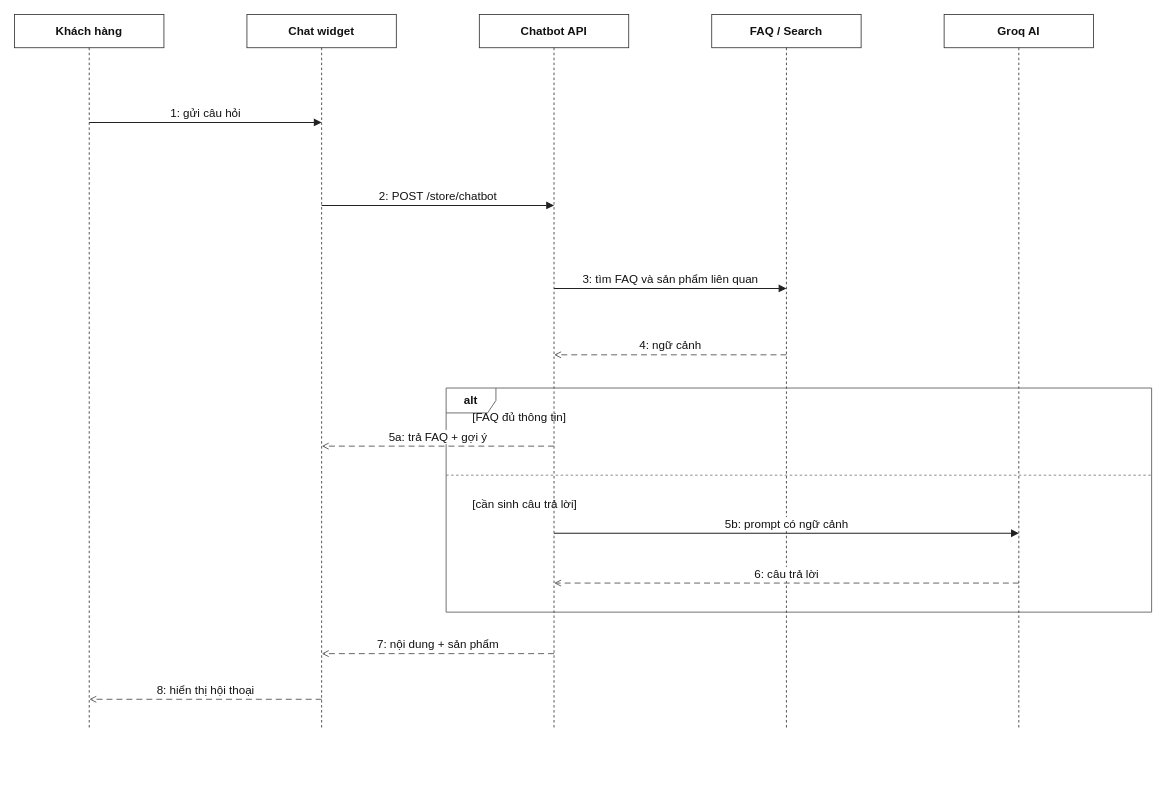
Before: docs/report/diagrams/chatbot-sequence.drawio in pathust/mong.fruitboxz, a draw.io diagram. Source tidied: cells renumbered, new cells numbered last; positions are measured from the earlier drawing's top-left corner, leaving out a move shared by most shapes. Both pictures are drawn from the tidied source at 83%, with x=0, y=0 at pixel (14, 14).
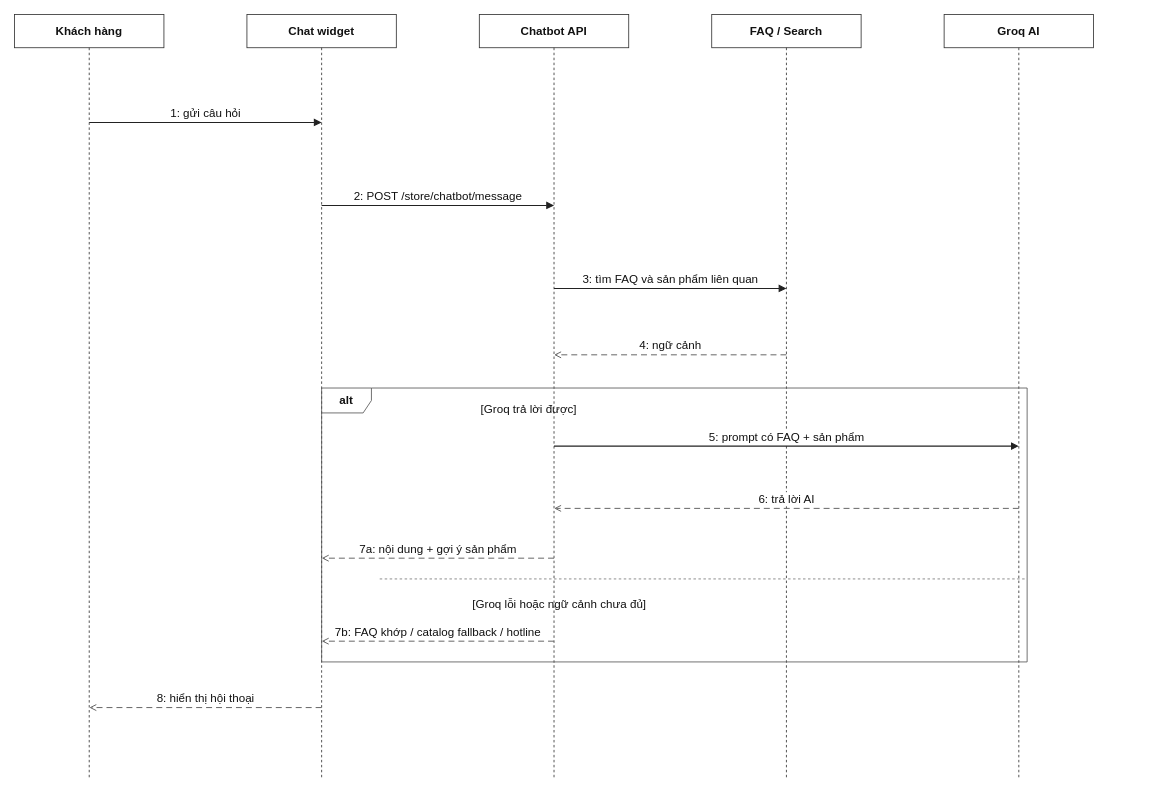
The same page after the edit.

Change to the diagram source:
```diff
@@
     <mxCell id="2" value="Khách hàng" style="shape=umlLifeline;perimeter=lifelinePerimeter;whiteSpace=wrap;html=1;fillColor=#FFFFFF;strokeColor=#333333;fontStyle=1;fontFamily=Arial;fontSize=14;fontColor=#111111;" parent="1" vertex="1">
-      <mxGeometry width="180" height="860" as="geometry" />
+      <mxGeometry width="180" height="920" as="geometry" />
     </mxCell>
     <mxCell id="3" value="Chat widget" style="shape=umlLifeline;perimeter=lifelinePerimeter;whiteSpace=wrap;html=1;fillColor=#FFFFFF;strokeColor=#333333;fontStyle=1;fontFamily=Arial;fontSize=14;fontColor=#111111;" parent="1" vertex="1">
-      <mxGeometry x="280" width="180" height="860" as="geometry" />
+      <mxGeometry x="280" width="180" height="920" as="geometry" />
     </mxCell>
     <mxCell id="4" value="Chatbot API" style="shape=umlLifeline;perimeter=lifelinePerimeter;whiteSpace=wrap;html=1;fillColor=#FFFFFF;strokeColor=#333333;fontStyle=1;fontFamily=Arial;fontSize=14;fontColor=#111111;" parent="1" vertex="1">
-      <mxGeometry x="560" width="180" height="860" as="geometry" />
+      <mxGeometry x="560" width="180" height="920" as="geometry" />
     </mxCell>
     <mxCell id="5" value="FAQ / Search" style="shape=umlLifeline;perimeter=lifelinePerimeter;whiteSpace=wrap;html=1;fillColor=#FFFFFF;strokeColor=#333333;fontStyle=1;fontFamily=Arial;fontSize=14;fontColor=#111111;" parent="1" vertex="1">
-      <mxGeometry x="840" width="180" height="860" as="geometry" />
+      <mxGeometry x="840" width="180" height="920" as="geometry" />
     </mxCell>
     <mxCell id="6" value="Groq AI" style="shape=umlLifeline;perimeter=lifelinePerimeter;whiteSpace=wrap;html=1;fillColor=#FFFFFF;strokeColor=#333333;fontStyle=1;fontFamily=Arial;fontSize=14;fontColor=#111111;" parent="1" vertex="1">
-      <mxGeometry x="1120" width="180" height="860" as="geometry" />
+      <mxGeometry x="1120" width="180" height="920" as="geometry" />
     </mxCell>
@@
-    <mxCell id="8" value="2: POST /store/chatbot" style="html=1;verticalAlign=bottom;endArrow=block;endFill=1;strokeColor=#222222;strokeWidth=1.3;fontFamily=Arial;fontSize=14;fontColor=#111111;" parent="1" edge="1">
+    <mxCell id="8" value="2: POST /store/chatbot/message" style="html=1;verticalAlign=bottom;endArrow=block;endFill=1;strokeColor=#222222;strokeWidth=1.3;fontFamily=Arial;fontSize=14;fontColor=#111111;" parent="1" edge="1">
       <mxGeometry relative="1" as="geometry">
         <mxPoint x="370" y="230" as="sourcePoint" />
         <mxPoint x="650" y="230" as="targetPoint" />
       </mxGeometry>
     </mxCell>
@@
     <mxCell id="11" value="alt" style="shape=umlFrame;whiteSpace=wrap;html=1;fillColor=none;strokeColor=#555555;fontStyle=1;fontFamily=Arial;fontSize=14;fontColor=#111111;" parent="1" vertex="1">
-      <mxGeometry x="520" y="450" width="850" height="270" as="geometry" />
+      <mxGeometry x="370" y="450" width="850" height="330" as="geometry" />
     </mxCell>
-    <mxCell id="12" value="[FAQ đủ thông tin]" style="text;html=1;align=left;verticalAlign=middle;fontFamily=Arial;fontSize=14;fontColor=#111111;" parent="1" vertex="1">
-      <mxGeometry x="550" y="470" width="200" height="30" as="geometry" />
+    <mxCell id="12" value="[Groq trả lời được]" style="text;html=1;align=left;verticalAlign=middle;fontFamily=Arial;fontSize=14;fontColor=#111111;" parent="1" vertex="1">
+      <mxGeometry x="560" y="460" width="230" height="30" as="geometry" />
     </mxCell>
-    <mxCell id="13" value="[cần sinh câu trả lời]" style="text;html=1;align=left;verticalAlign=middle;fontFamily=Arial;fontSize=14;fontColor=#111111;" parent="1" vertex="1">
-      <mxGeometry x="550" y="575" width="220" height="30" as="geometry" />
+    <mxCell id="13" value="[Groq lỗi hoặc ngữ cảnh chưa đủ]" style="text;html=1;align=left;verticalAlign=middle;fontFamily=Arial;fontSize=14;fontColor=#111111;" parent="1" vertex="1">
+      <mxGeometry x="550" y="695" width="320" height="30" as="geometry" />
     </mxCell>
     <mxCell id="14" style="endArrow=none;dashed=1;strokeColor=#777777;" parent="1" edge="1">
       <mxGeometry relative="1" as="geometry">
-        <mxPoint x="520" y="555" as="sourcePoint" />
-        <mxPoint x="1370" y="555" as="targetPoint" />
+        <mxPoint x="440" y="680" as="sourcePoint" />
+        <mxPoint x="1220" y="680" as="targetPoint" />
       </mxGeometry>
     </mxCell>
-    <mxCell id="15" value="5a: trả FAQ + gợi ý" style="html=1;verticalAlign=bottom;endArrow=open;endFill=0;dashed=1;dashPattern=6 4;strokeColor=#666666;strokeWidth=1.2;fontFamily=Arial;fontSize=14;fontColor=#111111;" parent="1" edge="1">
+    <mxCell id="15" value="7a: nội dung + gợi ý sản phẩm" style="html=1;verticalAlign=bottom;endArrow=open;endFill=0;dashed=1;dashPattern=6 4;strokeColor=#666666;strokeWidth=1.2;fontFamily=Arial;fontSize=14;fontColor=#111111;" parent="1" edge="1">
       <mxGeometry relative="1" as="geometry">
-        <mxPoint x="650" y="520" as="sourcePoint" />
-        <mxPoint x="370" y="520" as="targetPoint" />
+        <mxPoint x="650" y="655" as="sourcePoint" />
+        <mxPoint x="370" y="655" as="targetPoint" />
       </mxGeometry>
     </mxCell>
-    <mxCell id="16" value="5b: prompt có ngữ cảnh" style="html=1;verticalAlign=bottom;endArrow=block;endFill=1;strokeColor=#222222;strokeWidth=1.3;fontFamily=Arial;fontSize=14;fontColor=#111111;" parent="1" edge="1">
+    <mxCell id="16" value="5: prompt có FAQ + sản phẩm" style="html=1;verticalAlign=bottom;endArrow=block;endFill=1;strokeColor=#222222;strokeWidth=1.3;fontFamily=Arial;fontSize=14;fontColor=#111111;" parent="1" edge="1">
       <mxGeometry relative="1" as="geometry">
-        <mxPoint x="650" y="625" as="sourcePoint" />
-        <mxPoint x="1210" y="625" as="targetPoint" />
+        <mxPoint x="650" y="520" as="sourcePoint" />
+        <mxPoint x="1210" y="520" as="targetPoint" />
       </mxGeometry>
     </mxCell>
-    <mxCell id="17" value="6: câu trả lời" style="html=1;verticalAlign=bottom;endArrow=open;endFill=0;dashed=1;dashPattern=6 4;strokeColor=#666666;strokeWidth=1.2;fontFamily=Arial;fontSize=14;fontColor=#111111;" parent="1" edge="1">
+    <mxCell id="17" value="6: trả lời AI" style="html=1;verticalAlign=bottom;endArrow=open;endFill=0;dashed=1;dashPattern=6 4;strokeColor=#666666;strokeWidth=1.2;fontFamily=Arial;fontSize=14;fontColor=#111111;" parent="1" edge="1">
       <mxGeometry relative="1" as="geometry">
-        <mxPoint x="1210" y="685" as="sourcePoint" />
-        <mxPoint x="650" y="685" as="targetPoint" />
+        <mxPoint x="1210" y="595" as="sourcePoint" />
+        <mxPoint x="650" y="595" as="targetPoint" />
       </mxGeometry>
     </mxCell>
-    <mxCell id="18" value="7: nội dung + sản phẩm" style="html=1;verticalAlign=bottom;endArrow=open;endFill=0;dashed=1;dashPattern=6 4;strokeColor=#666666;strokeWidth=1.2;fontFamily=Arial;fontSize=14;fontColor=#111111;" parent="1" edge="1">
+    <mxCell id="18" value="7b: FAQ khớp / catalog fallback / hotline" style="html=1;verticalAlign=bottom;endArrow=open;endFill=0;dashed=1;dashPattern=6 4;strokeColor=#666666;strokeWidth=1.2;fontFamily=Arial;fontSize=14;fontColor=#111111;" parent="1" edge="1">
       <mxGeometry relative="1" as="geometry">
-        <mxPoint x="650" y="770" as="sourcePoint" />
-        <mxPoint x="370" y="770" as="targetPoint" />
+        <mxPoint x="650" y="755" as="sourcePoint" />
+        <mxPoint x="370" y="755" as="targetPoint" />
       </mxGeometry>
     </mxCell>
     <mxCell id="19" value="8: hiển thị hội thoại" style="html=1;verticalAlign=bottom;endArrow=open;endFill=0;dashed=1;dashPattern=6 4;strokeColor=#666666;strokeWidth=1.2;fontFamily=Arial;fontSize=14;fontColor=#111111;" parent="1" edge="1">
       <mxGeometry relative="1" as="geometry">
-        <mxPoint x="370" y="825" as="sourcePoint" />
-        <mxPoint x="90" y="825" as="targetPoint" />
+        <mxPoint x="370" y="835" as="sourcePoint" />
+        <mxPoint x="90" y="835" as="targetPoint" />
       </mxGeometry>
     </mxCell>
```
